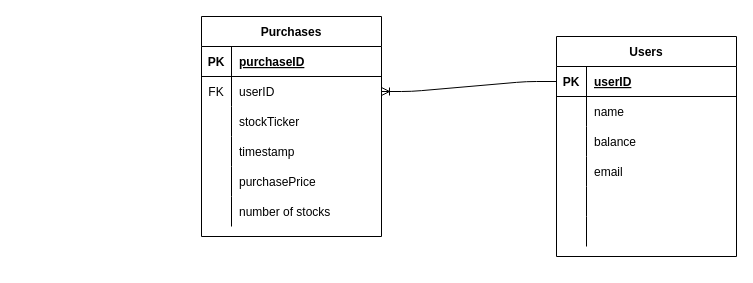
The draw.io diagram postgres-insight/ERD.drawio in rafay-siddiqui/Insight, before the edit. Source tidied: cells renumbered, new cells numbered last; positions are measured from the earlier drawing's top-left corner, leaving out a move shared by most shapes. Both pictures are drawn from the tidied source at 100%, with x=0, y=0 at pixel (201, 16).
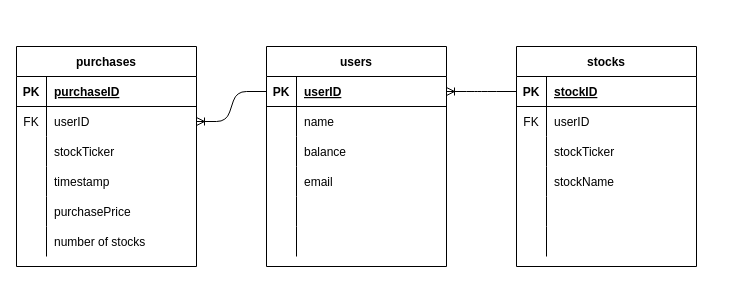
After the change.

The change refers to these unchanged cells:
```xml
<mxCell id="3" style="shape=partialRectangle;fillColor=none;top=0;left=0;bottom=1;right=0;points=[[0,0.5],[1,0.5]];portConstraint=eastwest;" parent="2" vertex="1">
  <mxGeometry y="30" width="180" height="30" as="geometry" />
</mxCell>
<mxCell id="24" style="group;" parent="21" vertex="1">
  <mxGeometry width="180" height="220" as="geometry" />
</mxCell>
```

The edit, as a diff of the source:
```diff
@@
-    <mxCell id="2" value="Users" style="shape=table;startSize=30;childLayout=tableLayout;rowLines=0;fontStyle=1;align=center;" parent="1" vertex="1">
-      <mxGeometry x="355" y="20" width="180" height="220" as="geometry" />
+    <mxCell id="2" value="users" style="shape=table;startSize=30;childLayout=tableLayout;rowLines=0;fontStyle=1;align=center;" parent="1" vertex="1">
+      <mxGeometry x="65" y="30" width="180" height="220" as="geometry" />
     </mxCell>
@@
     <mxCell id="21" style="group;" parent="1" vertex="1">
-      <mxGeometry width="180" height="220" as="geometry" />
+      <mxGeometry x="-185" y="30" width="180" height="220" as="geometry" />
     </mxCell>
@@
-    <mxCell id="25" value="Purchases" style="shape=table;startSize=30;childLayout=tableLayout;rowLines=0;fontStyle=1;align=center;" parent="24" vertex="1">
+    <mxCell id="25" value="purchases" style="shape=table;startSize=30;childLayout=tableLayout;rowLines=0;fontStyle=1;align=center;" parent="24" vertex="1">
       <mxGeometry width="180" height="220" as="geometry" />
     </mxCell>
@@
+    <mxCell id="46" style="group;" parent="1" vertex="1">
+      <mxGeometry x="315" y="30" width="180" height="220" as="geometry" />
+    </mxCell>
+    <mxCell id="47" value="stocks" style="shape=table;startSize=30;childLayout=tableLayout;rowLines=0;fontStyle=1;align=center;" parent="46" vertex="1">
+      <mxGeometry width="180" height="220" as="geometry" />
+    </mxCell>
+    <mxCell id="48" style="shape=partialRectangle;fillColor=none;top=0;left=0;bottom=1;right=0;points=[[0,0.5],[1,0.5]];portConstraint=eastwest;" parent="47" vertex="1">
+      <mxGeometry y="30" width="180" height="30" as="geometry" />
+    </mxCell>
+    <mxCell id="49" value="PK" style="shape=partialRectangle;fillColor=none;top=0;left=0;bottom=0;right=0;fontStyle=1;overflow=hidden;" parent="48" vertex="1">
+      <mxGeometry width="30" height="30" as="geometry" />
+    </mxCell>
+    <mxCell id="50" value="stockID" style="shape=partialRectangle;fillColor=none;top=0;left=0;bottom=0;right=0;align=left;spacingLeft=6;fontStyle=5;overflow=hidden;" parent="48" vertex="1">
+      <mxGeometry x="30" width="150" height="30" as="geometry" />
+    </mxCell>
+    <mxCell id="51" style="shape=partialRectangle;fillColor=none;top=0;left=0;bottom=0;right=0;" parent="47" vertex="1">
+      <mxGeometry y="60" width="180" height="30" as="geometry" />
+    </mxCell>
+    <mxCell id="52" style="shape=partialRectangle;fillColor=none;top=0;left=0;bottom=0;right=0;overflow=hidden;" parent="51" vertex="1">
+      <mxGeometry width="30" height="30" as="geometry" />
+    </mxCell>
+    <mxCell id="53" value="userID" style="shape=partialRectangle;fillColor=none;top=0;left=0;bottom=0;right=0;align=left;spacingLeft=6;overflow=hidden;" parent="51" vertex="1">
+      <mxGeometry x="30" width="150" height="30" as="geometry" />
+    </mxCell>
+    <mxCell id="54" style="shape=partialRectangle;fillColor=none;top=0;left=0;bottom=0;right=0;" parent="47" vertex="1">
+      <mxGeometry y="90" width="180" height="30" as="geometry" />
+    </mxCell>
+    <mxCell id="55" style="shape=partialRectangle;fillColor=none;top=0;left=0;bottom=0;right=0;overflow=hidden;" parent="54" vertex="1">
+      <mxGeometry width="30" height="30" as="geometry" />
+    </mxCell>
+    <mxCell id="56" value="stockTicker" style="shape=partialRectangle;fillColor=none;top=0;left=0;bottom=0;right=0;align=left;spacingLeft=6;overflow=hidden;" parent="54" vertex="1">
+      <mxGeometry x="30" width="150" height="30" as="geometry" />
+    </mxCell>
+    <mxCell id="57" style="shape=partialRectangle;fillColor=none;top=0;left=0;bottom=0;right=0;" parent="47" vertex="1">
+      <mxGeometry y="120" width="180" height="30" as="geometry" />
+    </mxCell>
+    <mxCell id="58" style="shape=partialRectangle;fillColor=none;top=0;left=0;bottom=0;right=0;overflow=hidden;" parent="57" vertex="1">
+      <mxGeometry width="30" height="30" as="geometry" />
+    </mxCell>
+    <mxCell id="59" value="stockName" style="shape=partialRectangle;fillColor=none;top=0;left=0;bottom=0;right=0;align=left;spacingLeft=6;overflow=hidden;" parent="57" vertex="1">
+      <mxGeometry x="30" width="150" height="30" as="geometry" />
+    </mxCell>
+    <mxCell id="60" style="shape=partialRectangle;fillColor=none;top=0;left=0;bottom=0;right=0;" parent="47" vertex="1">
+      <mxGeometry y="150" width="180" height="30" as="geometry" />
+    </mxCell>
+    <mxCell id="61" style="shape=partialRectangle;fillColor=none;top=0;left=0;bottom=0;right=0;overflow=hidden;" parent="60" vertex="1">
+      <mxGeometry width="30" height="30" as="geometry" />
+    </mxCell>
+    <mxCell id="62" style="shape=partialRectangle;fillColor=none;top=0;left=0;bottom=0;right=0;align=left;spacingLeft=6;overflow=hidden;" parent="60" vertex="1">
+      <mxGeometry x="30" width="150" height="30" as="geometry" />
+    </mxCell>
+    <mxCell id="63" style="shape=partialRectangle;fillColor=none;top=0;left=0;bottom=0;right=0;" parent="47" vertex="1">
+      <mxGeometry y="180" width="180" height="30" as="geometry" />
+    </mxCell>
+    <mxCell id="64" style="shape=partialRectangle;fillColor=none;top=0;left=0;bottom=0;right=0;overflow=hidden;" parent="63" vertex="1">
+      <mxGeometry width="30" height="30" as="geometry" />
+    </mxCell>
+    <mxCell id="65" style="shape=partialRectangle;fillColor=none;top=0;left=0;bottom=0;right=0;align=left;spacingLeft=6;overflow=hidden;" parent="63" vertex="1">
+      <mxGeometry x="30" width="150" height="30" as="geometry" />
+    </mxCell>
+    <mxCell id="66" value="FK" style="shape=partialRectangle;fillColor=none;top=0;left=0;bottom=0;right=0;overflow=hidden;" parent="46" vertex="1">
+      <mxGeometry y="60" width="30" height="30" as="geometry" />
+    </mxCell>
+    <mxCell id="67" style="edgeStyle=entityRelationEdgeStyle;fontSize=12;html=1;endArrow=ERoneToMany;exitX=0;exitY=0.5;exitDx=0;exitDy=0;entryX=1;entryY=0.5;entryDx=0;entryDy=0;" parent="1" edge="1" source="48" target="3">
+      <mxGeometry relative="1" as="geometry" />
+    </mxCell>
```
